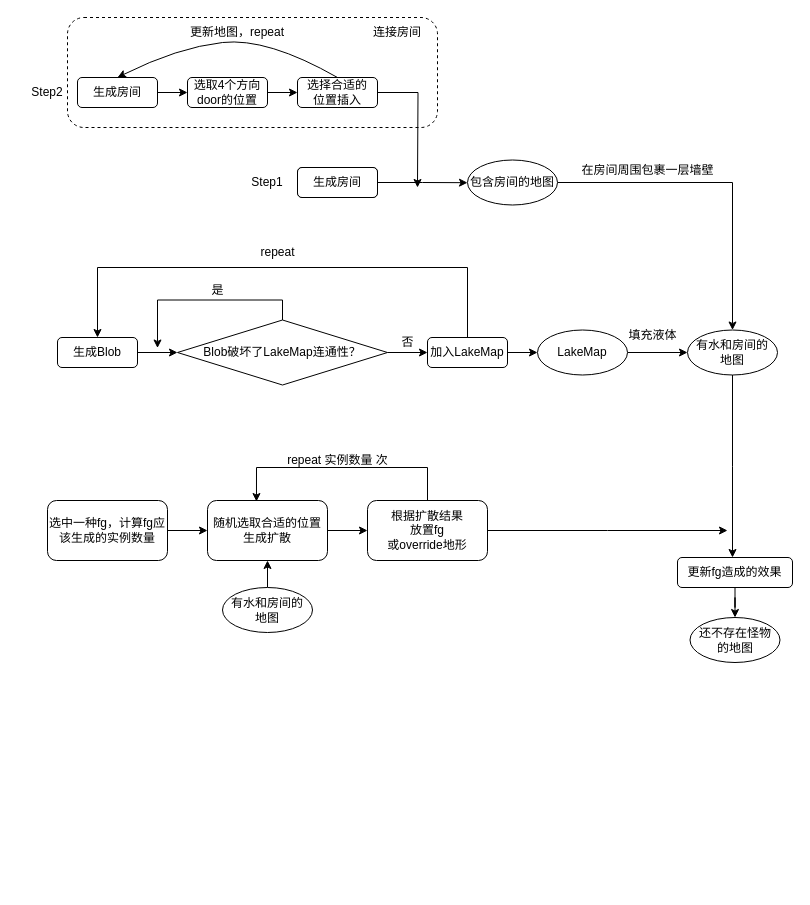
Above: shiken.drawio in PrimedErwin/hello-world (draw.io), before the change. Source tidied: cells renumbered, new cells numbered last; positions are measured from the earlier drawing's top-left corner, leaving out a move shared by most shapes. Both pictures are drawn from the tidied source at 100%, with x=0, y=0 at pixel (17, 17).
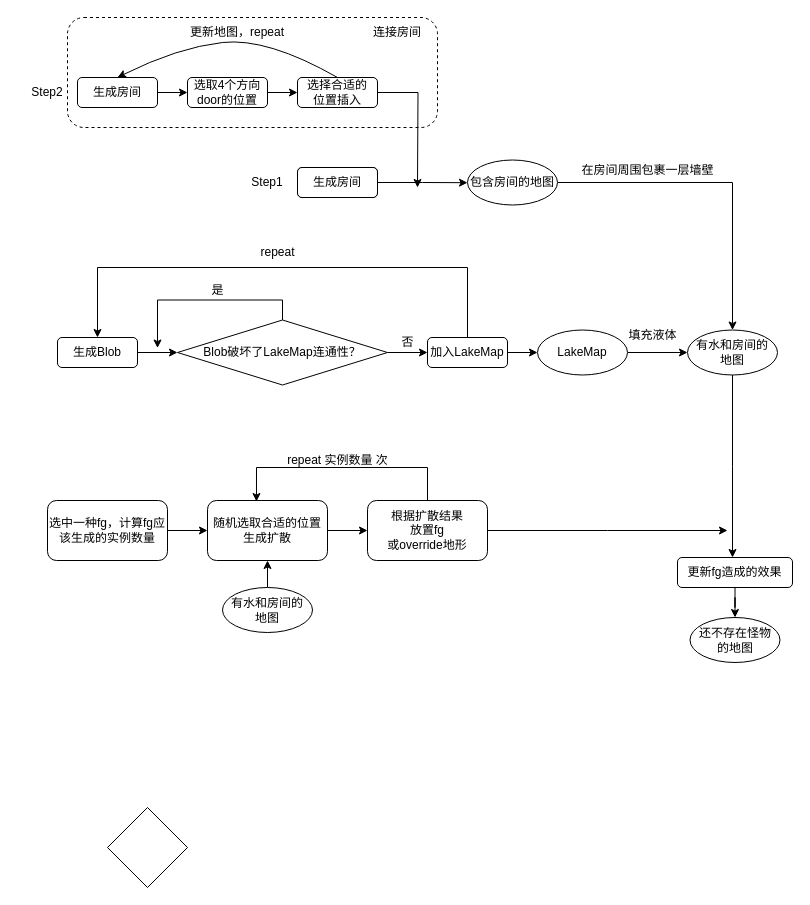
The same page after the edit.

Diff of the diagram source:
```diff
@@
+    <mxCell id="49" style="rhombus;whiteSpace=wrap;html=1;" parent="1" vertex="1">
+      <mxGeometry x="90" y="790" width="80" height="80" as="geometry" />
+    </mxCell>
```
